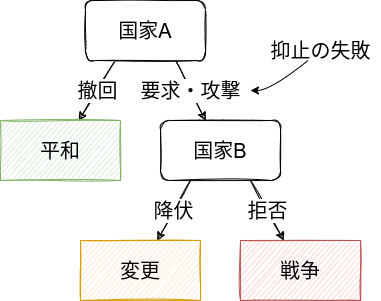
shohei-doi/intro_polisci keeps this draw.io diagram as docs/figures/deterrence_failure.drawio.png. Above is the earlier version. Source tidied: cells renumbered, new cells last; positions are measured from the earlier drawing's top-left corner, leaving out a move shared by most shapes. The source it was exported from:
```xml
<mxGraphModel>
  <root>
    <mxCell id="0" />
    <mxCell id="1" parent="0" />
    <mxCell id="2" value="撤回" style="edgeStyle=none;html=1;exitX=0.25;exitY=1;exitDx=0;exitDy=0;fontSize=20;sketch=1;" parent="1" edge="1" source="4" target="5">
      <mxGeometry relative="1" as="geometry" />
    </mxCell>
    <mxCell id="3" value="要求・攻撃" style="edgeStyle=none;sketch=1;html=1;exitX=0.75;exitY=1;exitDx=0;exitDy=0;fontSize=20;" parent="1" edge="1" source="4" target="8">
      <mxGeometry relative="1" as="geometry" />
    </mxCell>
    <mxCell id="4" value="&lt;font style=&quot;font-size: 20px&quot;&gt;国家A&lt;/font&gt;" style="whiteSpace=wrap;html=1;sketch=1;rounded=1;" parent="1" vertex="1">
      <mxGeometry x="85" width="120" height="60" as="geometry" />
    </mxCell>
    <mxCell id="5" value="平和" style="whiteSpace=wrap;html=1;rounded=0;sketch=1;fontSize=20;fillColor=#d5e8d4;strokeColor=#82b366;" parent="1" vertex="1">
      <mxGeometry y="120" width="120" height="60" as="geometry" />
    </mxCell>
    <mxCell id="6" value="降伏" style="edgeStyle=none;sketch=1;html=1;exitX=0.25;exitY=1;exitDx=0;exitDy=0;fontSize=20;" parent="1" edge="1" source="8" target="9">
      <mxGeometry relative="1" as="geometry" />
    </mxCell>
    <mxCell id="7" value="拒否" style="edgeStyle=none;sketch=1;html=1;exitX=0.75;exitY=1;exitDx=0;exitDy=0;fontSize=20;" parent="1" edge="1" source="8" target="10">
      <mxGeometry relative="1" as="geometry" />
    </mxCell>
    <mxCell id="8" value="&lt;font style=&quot;font-size: 20px&quot;&gt;国家B&lt;/font&gt;" style="whiteSpace=wrap;html=1;sketch=1;rounded=1;" parent="1" vertex="1">
      <mxGeometry x="160" y="120" width="120" height="60" as="geometry" />
    </mxCell>
    <mxCell id="9" value="変更" style="whiteSpace=wrap;html=1;rounded=0;sketch=1;fontSize=20;fillColor=#ffe6cc;strokeColor=#d79b00;" parent="1" vertex="1">
      <mxGeometry x="80" y="240" width="120" height="60" as="geometry" />
    </mxCell>
    <mxCell id="10" value="戦争" style="whiteSpace=wrap;html=1;rounded=0;sketch=1;fontSize=20;fillColor=#f8cecc;strokeColor=#b85450;" parent="1" vertex="1">
      <mxGeometry x="240" y="240" width="120" height="60" as="geometry" />
    </mxCell>
    <mxCell id="11" value="&lt;font style=&quot;font-size: 20px&quot;&gt;抑止の失敗&lt;/font&gt;" style="text;html=1;align=center;verticalAlign=middle;fillColor=none;strokeColor=none;rounded=0;" parent="1" vertex="1">
      <mxGeometry x="260" y="30" width="120" height="40" as="geometry" />
    </mxCell>
    <mxCell id="12" style="edgeStyle=none;html=1;fontSize=20;curved=1;" parent="1" edge="1">
      <mxGeometry relative="1" as="geometry">
        <mxPoint x="307.5" y="60" as="sourcePoint" />
        <mxPoint x="250" y="90" as="targetPoint" />
        <Array as="points">
          <mxPoint x="270" y="90" />
        </Array>
      </mxGeometry>
    </mxCell>
  </root>
</mxGraphModel>
```
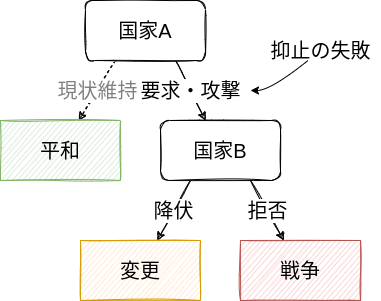
After the commit.

Change to the diagram source:
```diff
@@ -2,7 +2,7 @@
   <root>
     <mxCell id="0" />
     <mxCell id="1" parent="0" />
-    <mxCell id="2" value="撤回" style="edgeStyle=none;html=1;exitX=0.25;exitY=1;exitDx=0;exitDy=0;fontSize=20;sketch=1;" parent="1" edge="1" source="4" target="5">
+    <mxCell id="2" value="&lt;font color=&quot;#808080&quot;&gt;現状維持&lt;/font&gt;" style="edgeStyle=none;html=1;exitX=0.25;exitY=1;exitDx=0;exitDy=0;fontSize=20;sketch=1;dashed=1;" parent="1" edge="1" source="4" target="5">
       <mxGeometry relative="1" as="geometry" />
     </mxCell>
     <mxCell id="3" value="要求・攻撃" style="edgeStyle=none;sketch=1;html=1;exitX=0.75;exitY=1;exitDx=0;exitDy=0;fontSize=20;" parent="1" edge="1" source="4" target="8">
```
